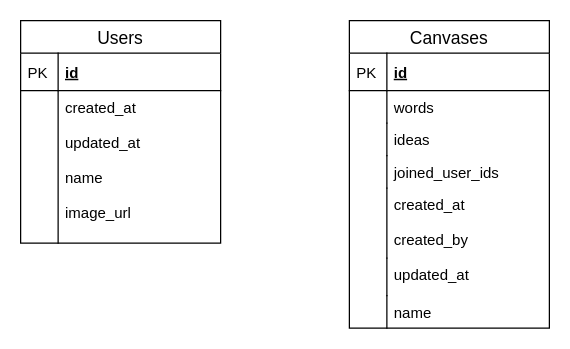
Above: src/firebase/DbRelation.drawio in kkhs0603/create-ideas (draw.io), before the change. Source tidied: cells renumbered, new cells numbered last; positions are measured from the earlier drawing's top-left corner, leaving out a move shared by most shapes. Both pictures are drawn from the tidied source at 125%, with x=0, y=0 at pixel (20, 20).
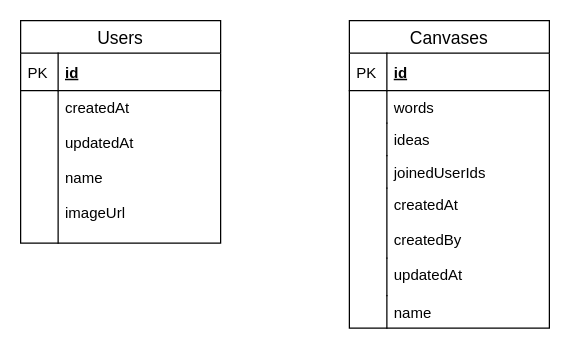
After the change.

The change refers to these unchanged cells:
```xml
<mxCell id="2" value="Canvases" style="swimlane;fontStyle=0;horizontal=1;startSize=26;align=center;fontSize=14;" parent="1" vertex="1">
  <mxGeometry x="263" width="160" height="246" as="geometry" />
</mxCell>
<mxCell id="17" value="Users" style="swimlane;fontStyle=0;horizontal=1;startSize=26;align=center;fontSize=14;" parent="1" vertex="1">
  <mxGeometry width="160" height="178" as="geometry" />
</mxCell>
```

What changed in the source:
```diff
@@
-    <mxCell id="9" value="joined_user_ids" style="shape=partialRectangle;top=0;left=0;right=0;bottom=0;align=left;verticalAlign=top;fillColor=none;spacingLeft=34;spacingRight=4;overflow=hidden;fontSize=12;" parent="2" vertex="1">
+    <mxCell id="9" value="joinedUserIds" style="shape=partialRectangle;top=0;left=0;right=0;bottom=0;align=left;verticalAlign=top;fillColor=none;spacingLeft=34;spacingRight=4;overflow=hidden;fontSize=12;" parent="2" vertex="1">
       <mxGeometry y="108" width="160" height="26" as="geometry" />
     </mxCell>
@@
-    <mxCell id="11" value="created_at&#10;&#10;created_by" style="shape=partialRectangle;top=0;left=0;right=0;bottom=0;align=left;verticalAlign=top;fillColor=none;spacingLeft=34;spacingRight=4;overflow=hidden;fontSize=12;" parent="2" vertex="1">
+    <mxCell id="11" value="createdAt&#10;&#10;createdBy" style="shape=partialRectangle;top=0;left=0;right=0;bottom=0;align=left;verticalAlign=top;fillColor=none;spacingLeft=34;spacingRight=4;overflow=hidden;fontSize=12;" parent="2" vertex="1">
       <mxGeometry y="134" width="160" height="56" as="geometry" />
     </mxCell>
@@
-    <mxCell id="13" value="updated_at" style="shape=partialRectangle;top=0;left=0;right=0;bottom=0;align=left;verticalAlign=top;fillColor=none;spacingLeft=34;spacingRight=4;overflow=hidden;fontSize=12;" parent="2" vertex="1">
+    <mxCell id="13" value="updatedAt" style="shape=partialRectangle;top=0;left=0;right=0;bottom=0;align=left;verticalAlign=top;fillColor=none;spacingLeft=34;spacingRight=4;overflow=hidden;fontSize=12;" parent="2" vertex="1">
       <mxGeometry y="190" width="160" height="30" as="geometry" />
     </mxCell>
@@
-    <mxCell id="20" value="created_at&#10;&#10;updated_at&#10;&#10;name&#10;&#10;image_url&#10;" style="shape=partialRectangle;top=0;left=0;right=0;bottom=0;align=left;verticalAlign=top;fillColor=none;spacingLeft=34;spacingRight=4;overflow=hidden;fontSize=12;" parent="17" vertex="1">
+    <mxCell id="20" value="createdAt&#10;&#10;updatedAt&#10;&#10;name&#10;&#10;imageUrl&#10;" style="shape=partialRectangle;top=0;left=0;right=0;bottom=0;align=left;verticalAlign=top;fillColor=none;spacingLeft=34;spacingRight=4;overflow=hidden;fontSize=12;" parent="17" vertex="1">
       <mxGeometry y="56" width="160" height="122" as="geometry" />
     </mxCell>
```
